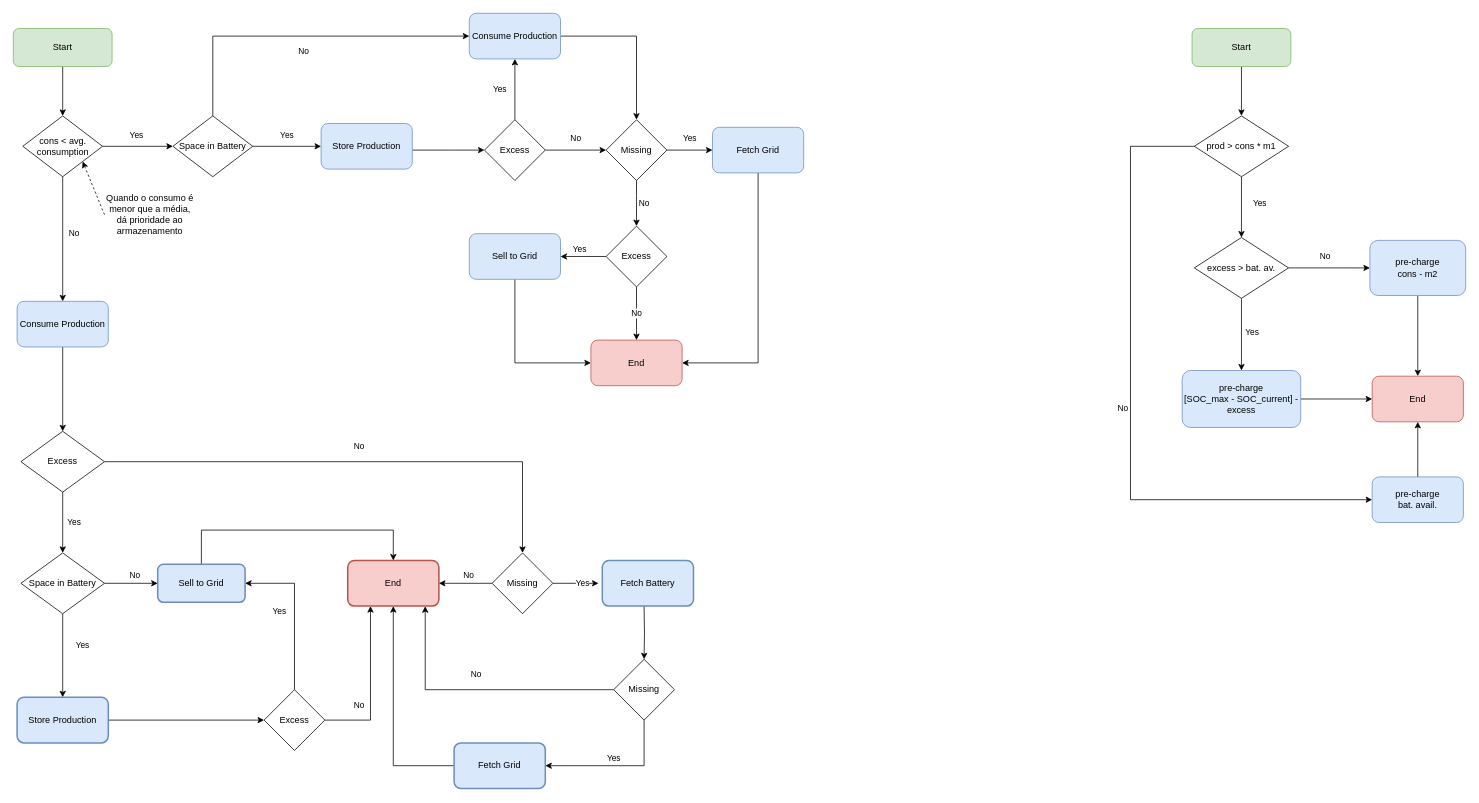
Earlier version of the draw.io diagram images/algorithm.drawio (miguelmatos-ua/sistema_gestao_rec). Source tidied: cells renumbered, new cells numbered last; positions are measured from the earlier drawing's top-left corner, leaving out a move shared by most shapes. Both pictures are drawn from the tidied source at 76%, with x=0, y=0 at pixel (13, 13).
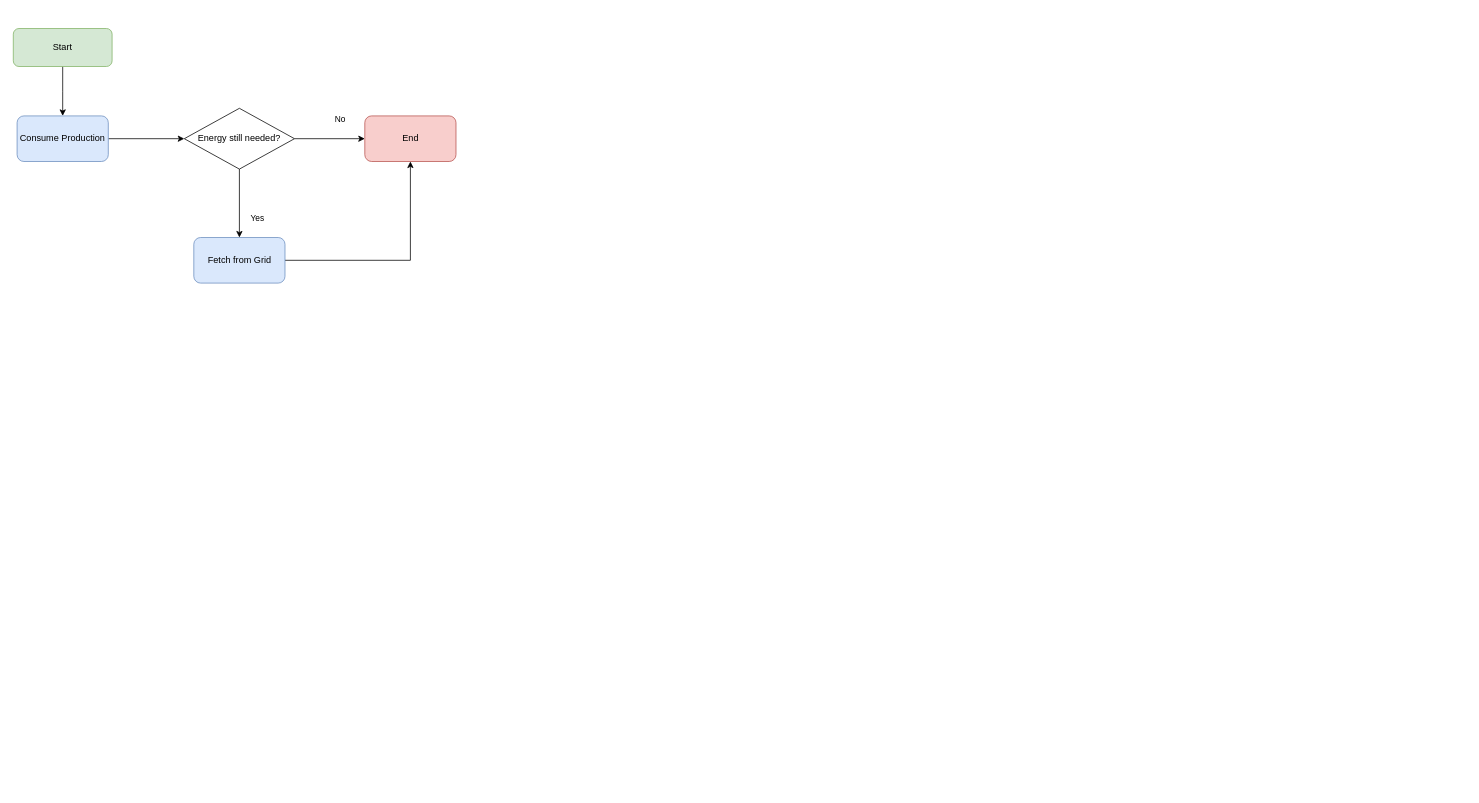
After the change.

Unchanged cells that the change refers to:
```xml
<mxCell id="3" value="Start" style="rounded=1;whiteSpace=wrap;html=1;fontSize=12;glass=0;strokeWidth=1;shadow=0;fillColor=#d5e8d4;strokeColor=#82b366;" parent="1" vertex="1">
  <mxGeometry y="20" width="130" height="50" as="geometry" />
</mxCell>
```

What changed in the source:
```diff
@@
-    <mxCell id="2" style="edgeStyle=orthogonalEdgeStyle;rounded=0;jettySize=auto;html=1;" parent="1" edge="1" source="3" target="6">
-      <mxGeometry relative="1" as="geometry" />
+    <mxCell id="2" style="edgeStyle=orthogonalEdgeStyle;rounded=0;jettySize=auto;html=1;" parent="1" edge="1" source="3">
+      <mxGeometry relative="1" as="geometry">
+        <mxPoint x="65" y="135" as="targetPoint" />
+      </mxGeometry>
     </mxCell>
@@
-    <mxCell id="4" value="No" style="edgeStyle=orthogonalEdgeStyle;rounded=0;jettySize=auto;html=1;entryX=0.5;entryY=0;entryDx=0;entryDy=0;" parent="1" edge="1" source="6" target="21">
-      <mxGeometry x="-0.09" y="15" relative="1" as="geometry" />
-    </mxCell>
-    <mxCell id="5" value="Yes" style="edgeStyle=orthogonalEdgeStyle;rounded=0;jettySize=auto;html=1;" parent="1" edge="1" source="6" target="29">
-      <mxGeometry x="-0.08" y="15" relative="1" as="geometry">
-        <mxPoint x="1" as="offset" />
-      </mxGeometry>
-    </mxCell>
-    <mxCell id="6" value="cons &amp;lt; avg. consumption" style="rhombus;whiteSpace=wrap;html=1;rounded=0;glass=0;strokeWidth=1;shadow=0;" parent="1" vertex="1">
-      <mxGeometry x="12.5" y="135" width="105" height="80" as="geometry" />
-    </mxCell>
-    <mxCell id="7" style="edgeStyle=orthogonalEdgeStyle;rounded=0;jettySize=auto;html=1;" parent="1" edge="1" source="8" target="11">
-      <mxGeometry relative="1" as="geometry">
-        <Array as="points">
-          <mxPoint x="575" y="180" />
-          <mxPoint x="575" y="180" />
-        </Array>
-      </mxGeometry>
-    </mxCell>
-    <mxCell id="8" value="Store Production" style="whiteSpace=wrap;html=1;rounded=1;glass=0;strokeWidth=1;shadow=0;fillColor=#dae8fc;strokeColor=#6c8ebf;" parent="1" vertex="1">
-      <mxGeometry x="405" y="145" width="120" height="60" as="geometry" />
-    </mxCell>
-    <mxCell id="9" value="Yes" style="edgeStyle=orthogonalEdgeStyle;rounded=0;jettySize=auto;html=1;" parent="1" edge="1" source="11" target="13">
-      <mxGeometry y="20" relative="1" as="geometry" />
-    </mxCell>
-    <mxCell id="10" value="No" style="edgeStyle=orthogonalEdgeStyle;rounded=0;jettySize=auto;html=1;" parent="1" edge="1" source="11" target="16">
-      <mxGeometry y="15" relative="1" as="geometry" />
-    </mxCell>
-    <mxCell id="11" value="Excess" style="rhombus;whiteSpace=wrap;html=1;rounded=0;glass=0;strokeWidth=1;shadow=0;" parent="1" vertex="1">
-      <mxGeometry x="620" y="140" width="80" height="80" as="geometry" />
-    </mxCell>
-    <mxCell id="12" style="edgeStyle=orthogonalEdgeStyle;rounded=0;jettySize=auto;html=1;entryX=0.5;entryY=0;entryDx=0;entryDy=0;" parent="1" edge="1" source="13" target="16">
-      <mxGeometry relative="1" as="geometry" />
-    </mxCell>
-    <mxCell id="13" value="Consume Production" style="whiteSpace=wrap;html=1;rounded=1;glass=0;strokeWidth=1;shadow=0;fillColor=#dae8fc;strokeColor=#6c8ebf;" parent="1" vertex="1">
-      <mxGeometry x="600" width="120" height="60" as="geometry" />
-    </mxCell>
-    <mxCell id="14" value="No" style="edgeStyle=orthogonalEdgeStyle;rounded=0;jettySize=auto;html=1;entryX=0.5;entryY=0;entryDx=0;entryDy=0;" parent="1" edge="1" source="16" target="24">
-      <mxGeometry y="10" relative="1" as="geometry">
-        <Array as="points">
-          <mxPoint x="820" y="240" />
-          <mxPoint x="820" y="240" />
-        </Array>
-      </mxGeometry>
-    </mxCell>
-    <mxCell id="15" value="Yes" style="edgeStyle=orthogonalEdgeStyle;rounded=0;jettySize=auto;html=1;" parent="1" edge="1" source="16" target="19">
-      <mxGeometry y="15" relative="1" as="geometry" />
-    </mxCell>
-    <mxCell id="16" value="Missing" style="rhombus;whiteSpace=wrap;html=1;rounded=0;glass=0;strokeWidth=1;shadow=0;" parent="1" vertex="1">
-      <mxGeometry x="780" y="140" width="80" height="80" as="geometry" />
-    </mxCell>
-    <mxCell id="17" value="End" style="whiteSpace=wrap;html=1;rounded=1;glass=0;strokeWidth=1;shadow=0;fillColor=#f8cecc;strokeColor=#b85450;" parent="1" vertex="1">
-      <mxGeometry x="760" y="430" width="120" height="60" as="geometry" />
-    </mxCell>
-    <mxCell id="18" style="edgeStyle=orthogonalEdgeStyle;rounded=0;jettySize=auto;html=1;entryX=1;entryY=0.5;entryDx=0;entryDy=0;" parent="1" edge="1" source="19" target="17">
-      <mxGeometry relative="1" as="geometry">
-        <Array as="points">
-          <mxPoint x="980" y="460" />
-        </Array>
-      </mxGeometry>
-    </mxCell>
-    <mxCell id="19" value="Fetch Grid" style="whiteSpace=wrap;html=1;rounded=1;glass=0;strokeWidth=1;shadow=0;fillColor=#dae8fc;strokeColor=#6c8ebf;" parent="1" vertex="1">
-      <mxGeometry x="920" y="150" width="120" height="60" as="geometry" />
-    </mxCell>
-    <mxCell id="20" style="edgeStyle=orthogonalEdgeStyle;rounded=0;jettySize=auto;html=1;entryX=0.5;entryY=0;entryDx=0;entryDy=0;entryPerimeter=0;" parent="1" edge="1" source="21" target="32">
-      <mxGeometry relative="1" as="geometry" />
-    </mxCell>
+    <mxCell id="72" style="edgeStyle=orthogonalEdgeStyle;rounded=0;jettySize=auto;html=1;" parent="1" edge="1" source="21" target="75">
+      <mxGeometry relative="1" as="geometry" />
+    </mxCell>
     <mxCell id="21" value="Consume Production" style="whiteSpace=wrap;html=1;rounded=1;glass=0;strokeWidth=1;shadow=0;fillColor=#dae8fc;strokeColor=#6c8ebf;" parent="1" vertex="1">
-      <mxGeometry x="5" y="379" width="120" height="60" as="geometry" />
+      <mxGeometry x="5" y="135" width="120" height="60" as="geometry" />
     </mxCell>
-    <mxCell id="22" value="No" style="edgeStyle=orthogonalEdgeStyle;rounded=0;jettySize=auto;html=1;" parent="1" edge="1" source="24" target="17">
-      <mxGeometry relative="1" as="geometry" />
-    </mxCell>
-    <mxCell id="23" value="Yes" style="edgeStyle=orthogonalEdgeStyle;rounded=0;jettySize=auto;html=1;" parent="1" edge="1" source="24" target="26">
-      <mxGeometry x="0.17" y="-10" relative="1" as="geometry" />
-    </mxCell>
-    <mxCell id="24" value="Excess" style="rhombus;whiteSpace=wrap;html=1;rounded=0;glass=0;strokeWidth=1;shadow=0;" parent="1" vertex="1">
-      <mxGeometry x="780" y="280" width="80" height="80" as="geometry" />
-    </mxCell>
-    <mxCell id="25" style="edgeStyle=orthogonalEdgeStyle;rounded=0;jettySize=auto;html=1;entryX=0;entryY=0.5;entryDx=0;entryDy=0;" parent="1" edge="1" source="26" target="17">
-      <mxGeometry relative="1" as="geometry">
-        <Array as="points">
-          <mxPoint x="660" y="460" />
-        </Array>
-      </mxGeometry>
-    </mxCell>
-    <mxCell id="26" value="Sell to Grid" style="whiteSpace=wrap;html=1;rounded=1;glass=0;strokeWidth=1;shadow=0;fillColor=#dae8fc;strokeColor=#6c8ebf;" parent="1" vertex="1">
-      <mxGeometry x="600" y="290" width="120" height="60" as="geometry" />
-    </mxCell>
-    <mxCell id="27" value="Yes" style="edgeStyle=orthogonalEdgeStyle;rounded=0;jettySize=auto;html=1;entryX=0;entryY=0.5;entryDx=0;entryDy=0;" parent="1" edge="1" source="29" target="8">
-      <mxGeometry y="15" relative="1" as="geometry" />
-    </mxCell>
-    <mxCell id="28" value="No" style="edgeStyle=orthogonalEdgeStyle;rounded=0;jettySize=auto;html=1;entryX=0;entryY=0.5;entryDx=0;entryDy=0;" parent="1" edge="1" source="29" target="13">
-      <mxGeometry x="0.01" y="-20" relative="1" as="geometry">
-        <Array as="points">
-          <mxPoint x="263" y="30" />
-        </Array>
-        <mxPoint x="1" as="offset" />
-      </mxGeometry>
-    </mxCell>
-    <mxCell id="29" value="Space in Battery" style="rhombus;whiteSpace=wrap;html=1;rounded=0;glass=0;strokeWidth=1;shadow=0;" parent="1" vertex="1">
-      <mxGeometry x="210" y="135" width="105" height="80" as="geometry" />
-    </mxCell>
-    <mxCell id="30" value="Yes" style="edgeStyle=orthogonalEdgeStyle;rounded=0;jettySize=auto;html=1;entryX=0.5;entryY=0;entryDx=0;entryDy=0;entryPerimeter=0;" parent="1" edge="1" source="32" target="36">
-      <mxGeometry y="15" relative="1" as="geometry" />
-    </mxCell>
-    <mxCell id="31" value="No" style="edgeStyle=orthogonalEdgeStyle;rounded=0;sketch=0;jettySize=auto;html=1;endArrow=classic;endFill=1;" parent="1" edge="1" source="32" target="47">
-      <mxGeometry y="20" relative="1" as="geometry" />
-    </mxCell>
-    <mxCell id="32" value="Excess" style="strokeWidth=1;html=1;shape=mxgraph.flowchart.decision;whiteSpace=wrap;strokeColor=default;fillColor=default;gradientColor=none;" parent="1" vertex="1">
-      <mxGeometry x="10" y="550" width="110" height="80" as="geometry" />
-    </mxCell>
-    <mxCell id="33" value="No" style="edgeStyle=orthogonalEdgeStyle;rounded=0;jettySize=auto;html=1;" parent="1" edge="1" source="36" target="38">
-      <mxGeometry x="0.14" y="10" relative="1" as="geometry" />
-    </mxCell>
-    <mxCell id="34" style="edgeStyle=orthogonalEdgeStyle;rounded=0;jettySize=auto;html=1;entryX=0.5;entryY=0;entryDx=0;entryDy=0;" parent="1" edge="1" source="36" target="40">
-      <mxGeometry relative="1" as="geometry" />
-    </mxCell>
-    <mxCell id="35" value="Yes" style="edgeLabel;html=1;align=center;verticalAlign=middle;" parent="34" vertex="1">
-      <mxGeometry x="-0.26" relative="1" as="geometry">
-        <mxPoint x="25" as="offset" />
-      </mxGeometry>
-    </mxCell>
-    <mxCell id="36" value="Space in Battery" style="strokeWidth=1;html=1;shape=mxgraph.flowchart.decision;whiteSpace=wrap;" parent="1" vertex="1">
-      <mxGeometry x="10" y="710" width="110" height="80" as="geometry" />
-    </mxCell>
-    <mxCell id="37" style="edgeStyle=orthogonalEdgeStyle;rounded=0;sketch=0;jettySize=auto;html=1;entryX=0.5;entryY=0;entryDx=0;entryDy=0;" parent="1" edge="1" source="38" target="44">
-      <mxGeometry relative="1" as="geometry">
-        <Array as="points">
-          <mxPoint x="247" y="680" />
-          <mxPoint x="500" y="680" />
-        </Array>
-      </mxGeometry>
-    </mxCell>
-    <mxCell id="38" value="Sell to Grid" style="whiteSpace=wrap;html=1;strokeWidth=2;rounded=1;fillColor=#dae8fc;strokeColor=#6c8ebf;" parent="1" vertex="1">
-      <mxGeometry x="190" y="725" width="115" height="50" as="geometry" />
-    </mxCell>
-    <mxCell id="39" style="edgeStyle=orthogonalEdgeStyle;rounded=0;jettySize=auto;html=1;" parent="1" edge="1" source="40" target="43">
-      <mxGeometry relative="1" as="geometry" />
-    </mxCell>
-    <mxCell id="40" value="Store Production" style="whiteSpace=wrap;html=1;strokeWidth=2;rounded=1;fillColor=#dae8fc;strokeColor=#6c8ebf;" parent="1" vertex="1">
-      <mxGeometry x="5" y="900" width="120" height="60" as="geometry" />
-    </mxCell>
-    <mxCell id="41" value="Yes" style="edgeStyle=orthogonalEdgeStyle;rounded=0;sketch=0;jettySize=auto;html=1;entryX=1;entryY=0.5;entryDx=0;entryDy=0;exitX=0.5;exitY=0;exitDx=0;exitDy=0;" parent="1" edge="1" source="43" target="38">
-      <mxGeometry y="20" relative="1" as="geometry">
-        <Array as="points">
-          <mxPoint x="370" y="750" />
-        </Array>
-      </mxGeometry>
-    </mxCell>
-    <mxCell id="42" value="No" style="edgeStyle=orthogonalEdgeStyle;rounded=0;sketch=0;jettySize=auto;html=1;" parent="1" edge="1" source="43" target="44">
-      <mxGeometry x="-0.57" y="20" relative="1" as="geometry">
-        <Array as="points">
-          <mxPoint x="470" y="930" />
-        </Array>
-      </mxGeometry>
-    </mxCell>
-    <mxCell id="43" value="Excess" style="rhombus;whiteSpace=wrap;html=1;strokeWidth=1;rounded=0;" parent="1" vertex="1">
-      <mxGeometry x="330" y="890" width="80" height="80" as="geometry" />
-    </mxCell>
-    <mxCell id="44" value="End" style="whiteSpace=wrap;html=1;strokeWidth=2;rounded=1;fillColor=#f8cecc;strokeColor=#b85450;" parent="1" vertex="1">
-      <mxGeometry x="440" y="720" width="120" height="60" as="geometry" />
-    </mxCell>
-    <mxCell id="45" value="No" style="edgeStyle=orthogonalEdgeStyle;rounded=0;sketch=0;jettySize=auto;html=1;entryX=1;entryY=0.5;entryDx=0;entryDy=0;endArrow=classic;endFill=1;" parent="1" edge="1" source="47" target="44">
-      <mxGeometry x="-0.14" y="-10" relative="1" as="geometry">
-        <mxPoint x="-1" as="offset" />
-      </mxGeometry>
-    </mxCell>
-    <mxCell id="46" value="Yes" style="edgeStyle=orthogonalEdgeStyle;rounded=0;sketch=0;jettySize=auto;html=1;endArrow=classic;endFill=1;" parent="1" edge="1" source="47">
-      <mxGeometry y="10" relative="1" as="geometry">
-        <mxPoint x="770" y="750" as="targetPoint" />
-        <mxPoint x="-1" as="offset" />
-      </mxGeometry>
-    </mxCell>
-    <mxCell id="47" value="Missing" style="rhombus;whiteSpace=wrap;html=1;strokeWidth=1;" parent="1" vertex="1">
-      <mxGeometry x="630" y="710" width="80" height="80" as="geometry" />
-    </mxCell>
-    <mxCell id="48" style="edgeStyle=orthogonalEdgeStyle;rounded=0;sketch=0;jettySize=auto;html=1;endArrow=classic;endFill=1;" parent="1" edge="1" target="52">
-      <mxGeometry relative="1" as="geometry">
-        <mxPoint x="830" y="780" as="sourcePoint" />
-      </mxGeometry>
-    </mxCell>
-    <mxCell id="49" value="Fetch Battery" style="whiteSpace=wrap;html=1;strokeWidth=2;rounded=1;fillColor=#dae8fc;strokeColor=#6c8ebf;" parent="1" vertex="1">
-      <mxGeometry x="775" y="720" width="120" height="60" as="geometry" />
-    </mxCell>
-    <mxCell id="50" value="No" style="edgeStyle=orthogonalEdgeStyle;rounded=0;sketch=0;jettySize=auto;html=1;entryX=0.85;entryY=1.003;entryDx=0;entryDy=0;entryPerimeter=0;endArrow=classic;endFill=1;" parent="1" edge="1" source="52" target="44">
-      <mxGeometry x="0.01" y="-20" relative="1" as="geometry" />
-    </mxCell>
-    <mxCell id="51" value="Yes" style="edgeStyle=orthogonalEdgeStyle;rounded=0;sketch=0;jettySize=auto;html=1;endArrow=classic;endFill=1;" parent="1" edge="1" source="52" target="54">
-      <mxGeometry x="0.05" y="-10" relative="1" as="geometry">
-        <Array as="points">
-          <mxPoint x="830" y="990" />
-        </Array>
-      </mxGeometry>
-    </mxCell>
-    <mxCell id="52" value="Missing" style="rhombus;whiteSpace=wrap;html=1;strokeWidth=1;" parent="1" vertex="1">
-      <mxGeometry x="790" y="850" width="80" height="80" as="geometry" />
-    </mxCell>
-    <mxCell id="53" style="edgeStyle=orthogonalEdgeStyle;rounded=0;sketch=0;jettySize=auto;html=1;entryX=0.5;entryY=1;entryDx=0;entryDy=0;endArrow=classic;endFill=1;" parent="1" edge="1" source="54" target="44">
-      <mxGeometry relative="1" as="geometry" />
-    </mxCell>
-    <mxCell id="54" value="Fetch Grid" style="whiteSpace=wrap;html=1;strokeWidth=2;rounded=1;fillColor=#dae8fc;strokeColor=#6c8ebf;" parent="1" vertex="1">
-      <mxGeometry x="580" y="960" width="120" height="60" as="geometry" />
-    </mxCell>
-    <mxCell id="55" style="rounded=0;jettySize=auto;html=1;entryX=1;entryY=1;entryDx=0;entryDy=0;dashed=1;exitX=0;exitY=0.5;exitDx=0;exitDy=0;" parent="1" edge="1" source="56" target="6">
-      <mxGeometry relative="1" as="geometry" />
-    </mxCell>
-    <mxCell id="56" value="Quando o consumo é menor que a média, dá prioridade ao armazenamento" style="text;html=1;strokeColor=none;fillColor=none;align=center;verticalAlign=middle;whiteSpace=wrap;rounded=0;" parent="1" vertex="1">
-      <mxGeometry x="120" y="220" width="120" height="90" as="geometry" />
-    </mxCell>
-    <mxCell id="57" style="edgeStyle=orthogonalEdgeStyle;rounded=0;jettySize=auto;html=1;" parent="1" edge="1" source="58" target="61">
-      <mxGeometry relative="1" as="geometry" />
-    </mxCell>
-    <mxCell id="58" value="Start" style="rounded=1;whiteSpace=wrap;html=1;fontSize=12;glass=0;strokeWidth=1;shadow=0;fillColor=#d5e8d4;strokeColor=#82b366;" parent="1" vertex="1">
-      <mxGeometry x="1551" y="20" width="130" height="50" as="geometry" />
-    </mxCell>
-    <mxCell id="59" value="Yes" style="edgeStyle=orthogonalEdgeStyle;rounded=0;jettySize=auto;html=1;" parent="1" edge="1" source="61" target="64">
-      <mxGeometry x="-0.12" y="24" relative="1" as="geometry" />
-    </mxCell>
-    <mxCell id="60" value="No" style="edgeStyle=orthogonalEdgeStyle;rounded=0;jettySize=auto;html=1;" parent="1" edge="1" source="61" target="70">
-      <mxGeometry x="-0.01" y="-10" relative="1" as="geometry">
-        <Array as="points">
-          <mxPoint x="1470" y="175" />
-          <mxPoint x="1470" y="640" />
-        </Array>
-      </mxGeometry>
-    </mxCell>
-    <mxCell id="61" value="prod &amp;gt; cons * m1" style="rhombus;whiteSpace=wrap;html=1;rounded=0;glass=0;strokeWidth=1;shadow=0;" parent="1" vertex="1">
-      <mxGeometry x="1554" y="135" width="124" height="80" as="geometry" />
-    </mxCell>
-    <mxCell id="62" value="Yes" style="edgeStyle=orthogonalEdgeStyle;rounded=0;jettySize=auto;html=1;" parent="1" edge="1" source="64" target="66">
-      <mxGeometry x="-0.05" y="14" relative="1" as="geometry" />
-    </mxCell>
-    <mxCell id="63" value="No" style="edgeStyle=orthogonalEdgeStyle;rounded=0;jettySize=auto;html=1;entryX=0;entryY=0.5;entryDx=0;entryDy=0;" parent="1" edge="1" source="64" target="68">
-      <mxGeometry x="-0.09" y="15" relative="1" as="geometry">
-        <mxPoint x="-1" as="offset" />
-      </mxGeometry>
-    </mxCell>
-    <mxCell id="64" value="excess &amp;gt; bat. av." style="rhombus;whiteSpace=wrap;html=1;rounded=0;glass=0;strokeWidth=1;shadow=0;" parent="1" vertex="1">
-      <mxGeometry x="1554" y="295" width="124" height="80" as="geometry" />
-    </mxCell>
-    <mxCell id="65" style="edgeStyle=orthogonalEdgeStyle;rounded=0;jettySize=auto;html=1;entryX=0;entryY=0.5;entryDx=0;entryDy=0;" parent="1" edge="1" source="66" target="71">
-      <mxGeometry relative="1" as="geometry" />
-    </mxCell>
-    <mxCell id="66" value="&lt;div&gt;pre-charge&lt;/div&gt;&lt;div&gt;[SOC_max - SOC_current] - excess &lt;br&gt;&lt;/div&gt;" style="whiteSpace=wrap;html=1;rounded=1;glass=0;strokeWidth=1;shadow=0;fillColor=#dae8fc;strokeColor=#6c8ebf;" parent="1" vertex="1">
-      <mxGeometry x="1538" y="470" width="156" height="75" as="geometry" />
-    </mxCell>
-    <mxCell id="67" style="edgeStyle=orthogonalEdgeStyle;rounded=0;jettySize=auto;html=1;entryX=0.5;entryY=0;entryDx=0;entryDy=0;" parent="1" edge="1" source="68" target="71">
-      <mxGeometry relative="1" as="geometry" />
-    </mxCell>
-    <mxCell id="68" value="&lt;div&gt;pre-charge&lt;/div&gt;cons - m2" style="whiteSpace=wrap;html=1;rounded=1;glass=0;strokeWidth=1;shadow=0;fillColor=#dae8fc;strokeColor=#6c8ebf;" parent="1" vertex="1">
-      <mxGeometry x="1785" y="298.8" width="126" height="72.5" as="geometry" />
-    </mxCell>
-    <mxCell id="69" style="edgeStyle=orthogonalEdgeStyle;rounded=0;jettySize=auto;html=1;" parent="1" edge="1" source="70" target="71">
-      <mxGeometry relative="1" as="geometry" />
-    </mxCell>
-    <mxCell id="70" value="&lt;div&gt;pre-charge&lt;/div&gt;&lt;div&gt;bat. avail.&lt;br&gt;&lt;/div&gt;" style="whiteSpace=wrap;html=1;rounded=1;glass=0;strokeWidth=1;shadow=0;fillColor=#dae8fc;strokeColor=#6c8ebf;" parent="1" vertex="1">
-      <mxGeometry x="1788" y="610" width="120" height="60" as="geometry" />
-    </mxCell>
-    <mxCell id="71" value="End" style="whiteSpace=wrap;html=1;rounded=1;glass=0;strokeWidth=1;shadow=0;fillColor=#f8cecc;strokeColor=#b85450;" parent="1" vertex="1">
-      <mxGeometry x="1788" y="477.5" width="120" height="60" as="geometry" />
-    </mxCell>
+    <mxCell id="73" value="No" style="edgeStyle=orthogonalEdgeStyle;rounded=0;jettySize=auto;html=1;" parent="1" edge="1" source="75" target="76">
+      <mxGeometry x="0.3" y="25" relative="1" as="geometry" />
+    </mxCell>
+    <mxCell id="74" value="Yes" style="edgeStyle=orthogonalEdgeStyle;rounded=0;jettySize=auto;html=1;" parent="1" edge="1" source="75" target="78">
+      <mxGeometry x="0.44" y="23" relative="1" as="geometry" />
+    </mxCell>
+    <mxCell id="75" value="Energy still needed?" style="rhombus;whiteSpace=wrap;html=1;rounded=0;glass=0;strokeWidth=1;shadow=0;" parent="1" vertex="1">
+      <mxGeometry x="225" y="125" width="145" height="80" as="geometry" />
+    </mxCell>
+    <mxCell id="76" value="End" style="whiteSpace=wrap;html=1;rounded=1;glass=0;strokeWidth=1;shadow=0;fillColor=#f8cecc;strokeColor=#b85450;" parent="1" vertex="1">
+      <mxGeometry x="462.5" y="135" width="120" height="60" as="geometry" />
+    </mxCell>
+    <mxCell id="77" style="edgeStyle=orthogonalEdgeStyle;rounded=0;jettySize=auto;html=1;entryX=0.5;entryY=1;entryDx=0;entryDy=0;" parent="1" edge="1" source="78" target="76">
+      <mxGeometry relative="1" as="geometry" />
+    </mxCell>
+    <mxCell id="78" value="Fetch from Grid" style="whiteSpace=wrap;html=1;rounded=1;glass=0;strokeWidth=1;shadow=0;fillColor=#dae8fc;strokeColor=#6c8ebf;" parent="1" vertex="1">
+      <mxGeometry x="237.5" y="295" width="120" height="60" as="geometry" />
+    </mxCell>
```
